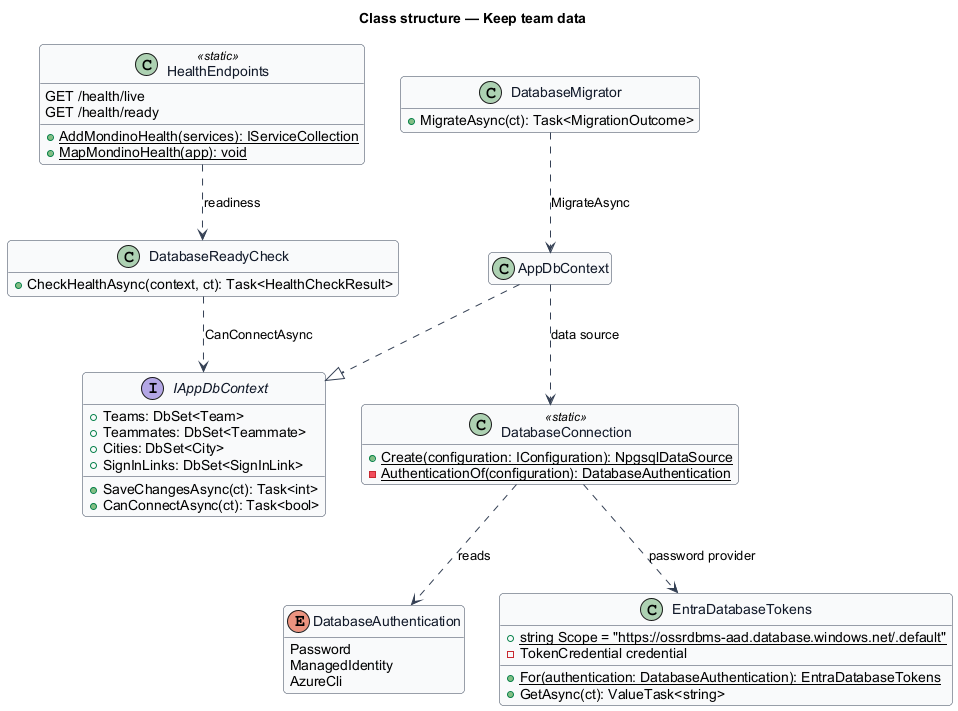
QuinntyneBrown/Mondino keeps this PlantUML diagram as docs/detailed-designs/platform/keep-team-data/diagrams/class-structure.png. Above is the earlier version. Source of this version:
```plantuml
@startuml
skinparam backgroundColor #FFFFFF
skinparam shadowing false
skinparam roundcorner 8
skinparam defaultFontName Arial
skinparam ArrowColor #344054
skinparam class {
  BorderColor #344054
  FontColor #101828
  BackgroundColor #F9FAFB
}
hide empty members
title Class structure — Keep team data

enum DatabaseAuthentication {
  Password
  ManagedIdentity
  AzureCli
}

class DatabaseConnection <<static>> {
  +{static} Create(configuration: IConfiguration): NpgsqlDataSource
  -{static} AuthenticationOf(configuration): DatabaseAuthentication
}

class EntraDatabaseTokens {
  +{static} string Scope = "https://ossrdbms-aad.database.windows.net/.default"
  -TokenCredential credential
  +{static} For(authentication: DatabaseAuthentication): EntraDatabaseTokens
  +GetAsync(ct): ValueTask<string>
}

interface IAppDbContext {
  +Teams: DbSet<Team>
  +Teammates: DbSet<Teammate>
  +Cities: DbSet<City>
  +SignInLinks: DbSet<SignInLink>
  +SaveChangesAsync(ct): Task<int>
  +CanConnectAsync(ct): Task<bool>
}

class AppDbContext {
}

class DatabaseReadyCheck {
  +CheckHealthAsync(context, ct): Task<HealthCheckResult>
}

class HealthEndpoints <<static>> {
  +{static} AddMondinoHealth(services): IServiceCollection
  +{static} MapMondinoHealth(app): void
  GET /health/live
  GET /health/ready
}

class DatabaseMigrator {
  +MigrateAsync(ct): Task<MigrationOutcome>
}

DatabaseConnection ..> DatabaseAuthentication : reads
DatabaseConnection ..> EntraDatabaseTokens : password provider
AppDbContext ..|> IAppDbContext
AppDbContext ..> DatabaseConnection : data source
DatabaseReadyCheck ..> IAppDbContext : CanConnectAsync
HealthEndpoints ..> DatabaseReadyCheck : readiness
DatabaseMigrator ..> AppDbContext : MigrateAsync
@enduml
```
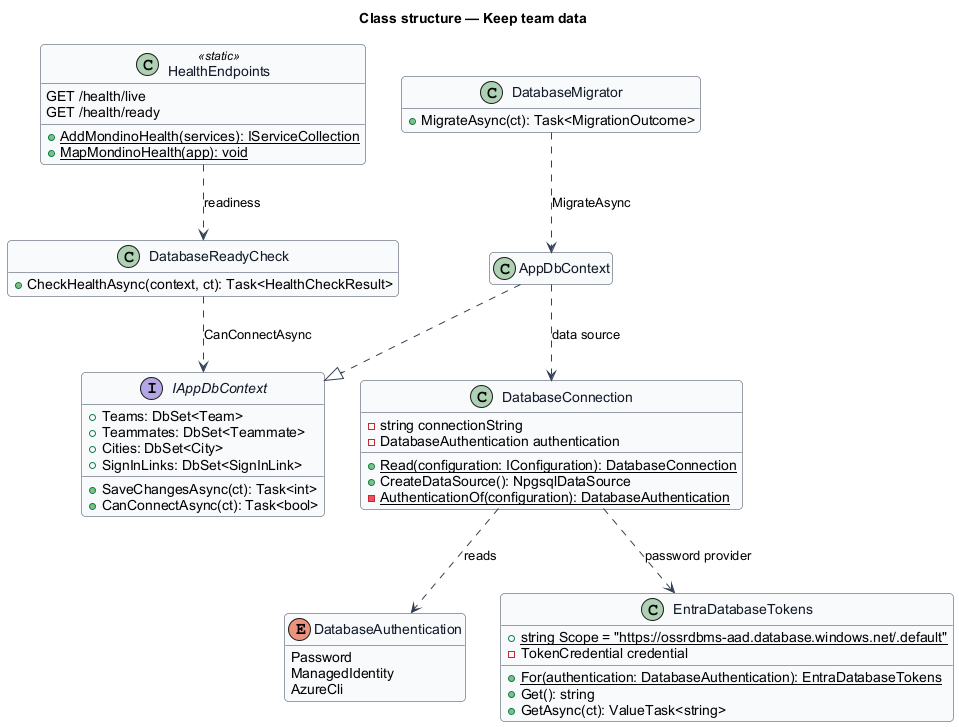
Above is the later version.

The edit, as a diff of the source:
```diff
@@ -18,8 +18,11 @@
   AzureCli
 }
 
-class DatabaseConnection <<static>> {
-  +{static} Create(configuration: IConfiguration): NpgsqlDataSource
+class DatabaseConnection {
+  -string connectionString
+  -DatabaseAuthentication authentication
+  +{static} Read(configuration: IConfiguration): DatabaseConnection
+  +CreateDataSource(): NpgsqlDataSource
   -{static} AuthenticationOf(configuration): DatabaseAuthentication
 }
 
@@ -27,6 +30,7 @@
   +{static} string Scope = "https://ossrdbms-aad.database.windows.net/.default"
   -TokenCredential credential
   +{static} For(authentication: DatabaseAuthentication): EntraDatabaseTokens
+  +Get(): string
   +GetAsync(ct): ValueTask<string>
 }
 
```
